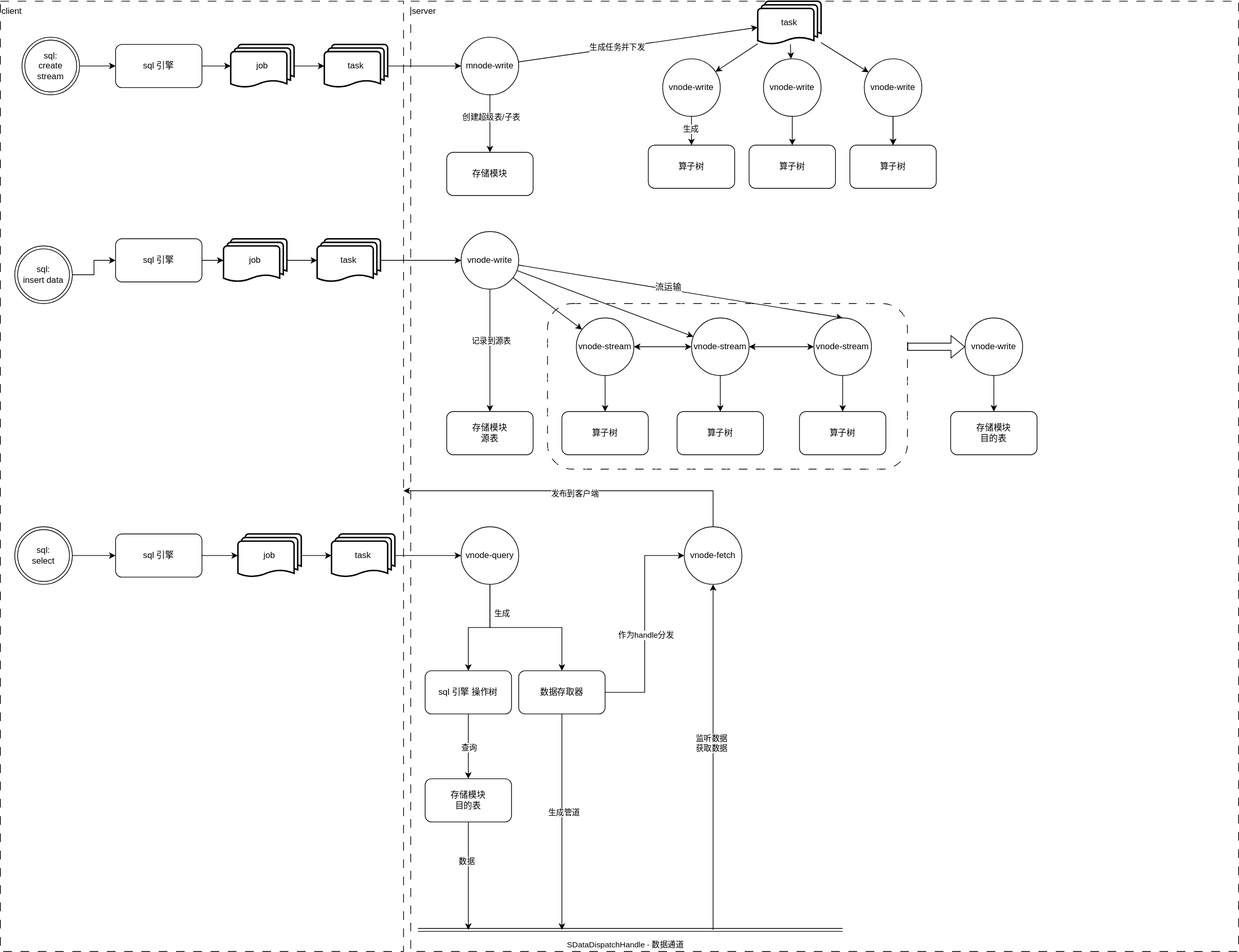
Above: image/TDengine_stream_framework.drawio.svg in iTheds/itheds.github.io (draw.io), before the change. Source tidied: cells renumbered, new cells last; positions are measured from the earlier drawing's top-left corner, leaving out a move shared by most shapes.
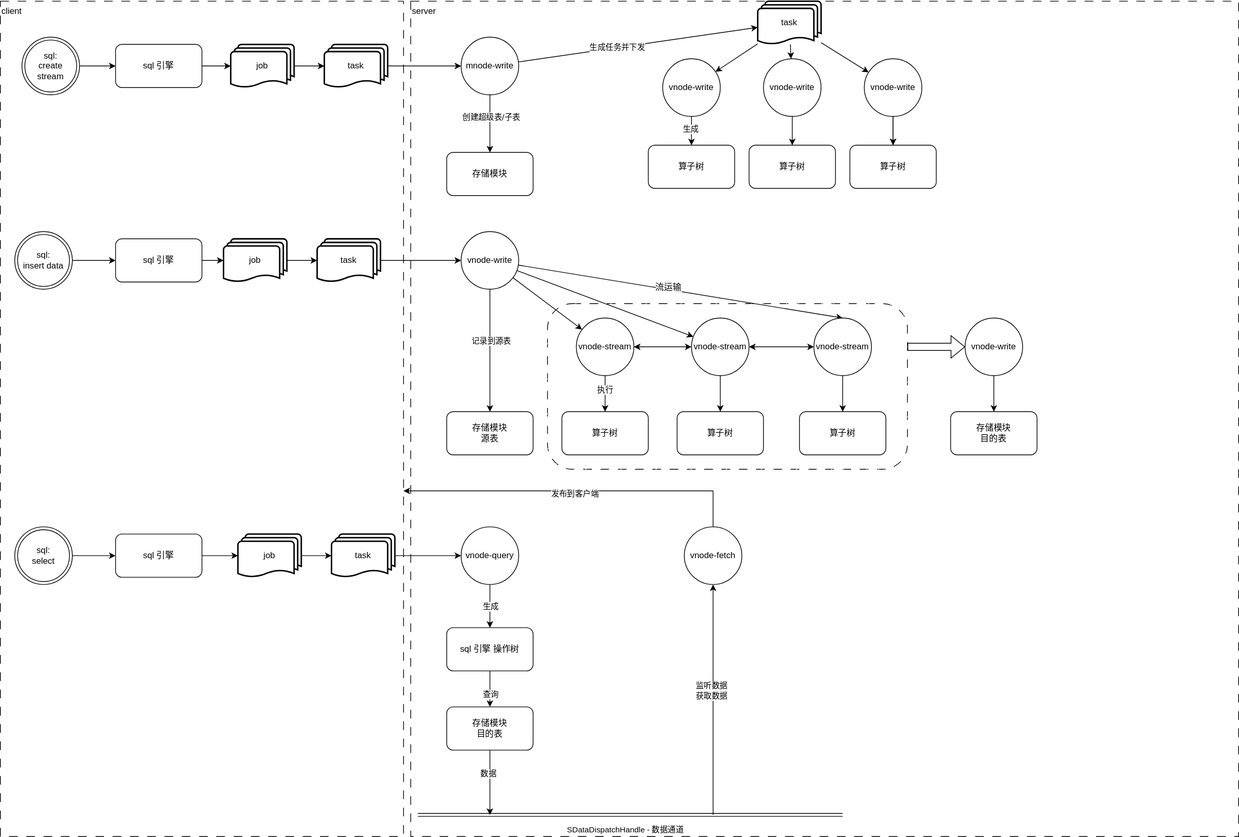
After the change.

Change to the diagram source:
```diff
@@ -6,10 +6,10 @@
       <mxGeometry x="760" y="420" width="500" height="230" as="geometry" />
     </mxCell>
     <mxCell id="3" value="server" style="rounded=0;whiteSpace=wrap;html=1;dashed=1;dashPattern=12 12;fillStyle=hatch;align=left;verticalAlign=top;" parent="1" vertex="1">
-      <mxGeometry x="570" width="1150" height="1320" as="geometry" />
+      <mxGeometry x="570" width="1150" height="1160" as="geometry" />
     </mxCell>
     <mxCell id="4" value="&lt;div&gt;client&lt;br&gt;&lt;/div&gt;" style="rounded=0;whiteSpace=wrap;html=1;dashed=1;dashPattern=12 12;fillStyle=hatch;align=left;verticalAlign=top;" parent="1" vertex="1">
-      <mxGeometry width="560" height="1320" as="geometry" />
+      <mxGeometry width="560" height="1160" as="geometry" />
     </mxCell>
     <mxCell id="5" style="edgeStyle=orthogonalEdgeStyle;rounded=0;jettySize=auto;html=1;exitX=1;exitY=0.5;exitDx=0;exitDy=0;" parent="1" edge="1" source="6" target="9">
       <mxGeometry relative="1" as="geometry" />
@@ -39,7 +39,7 @@
       <mxGeometry relative="1" as="geometry" />
     </mxCell>
     <mxCell id="14" value="&lt;div&gt;sql:&lt;/div&gt;&lt;div&gt;insert data&lt;/div&gt;" style="ellipse;shape=doubleEllipse;whiteSpace=wrap;html=1;" parent="1" vertex="1">
-      <mxGeometry x="20" y="340" width="80" height="80" as="geometry" />
+      <mxGeometry x="20" y="320" width="80" height="80" as="geometry" />
     </mxCell>
     <mxCell id="15" style="edgeStyle=orthogonalEdgeStyle;rounded=0;jettySize=auto;html=1;" parent="1" edge="1" source="16" target="35">
       <mxGeometry relative="1" as="geometry" />
@@ -109,12 +109,9 @@
     </mxCell>
     <mxCell id="37" value="生成" style="edgeLabel;html=1;align=center;verticalAlign=middle;" parent="36" vertex="1">
       <mxGeometry x="-0.24" y="-3" relative="1" as="geometry">
-        <mxPoint x="19" y="-17" as="offset" />
+        <mxPoint x="3" y="7" as="offset" />
       </mxGeometry>
     </mxCell>
-    <mxCell id="38" style="edgeStyle=orthogonalEdgeStyle;rounded=0;jettySize=auto;html=1;" parent="1" edge="1" source="39" target="47">
-      <mxGeometry relative="1" as="geometry" />
-    </mxCell>
     <mxCell id="39" value="vnode-query" style="ellipse;whiteSpace=wrap;html=1;" parent="1" vertex="1">
       <mxGeometry x="640" y="730" width="80" height="80" as="geometry" />
     </mxCell>
@@ -127,28 +124,11 @@
       </mxGeometry>
     </mxCell>
     <mxCell id="42" value="sql 引擎 操作树" style="rounded=1;whiteSpace=wrap;html=1;" parent="1" vertex="1">
-      <mxGeometry x="590" y="930" width="120" height="60" as="geometry" />
+      <mxGeometry x="620" y="870" width="120" height="60" as="geometry" />
     </mxCell>
-    <mxCell id="43" style="edgeStyle=orthogonalEdgeStyle;rounded=0;jettySize=auto;html=1;" parent="1" edge="1" source="47">
-      <mxGeometry relative="1" as="geometry">
-        <mxPoint x="780" y="1290" as="targetPoint" />
-      </mxGeometry>
-    </mxCell>
-    <mxCell id="44" value="生成管道" style="edgeLabel;html=1;align=center;verticalAlign=middle;" parent="43" vertex="1">
-      <mxGeometry x="-0.09" y="2" relative="1" as="geometry" />
-    </mxCell>
-    <mxCell id="45" style="edgeStyle=elbowEdgeStyle;rounded=0;jettySize=auto;html=1;" parent="1" edge="1" source="47" target="52">
-      <mxGeometry relative="1" as="geometry" />
-    </mxCell>
-    <mxCell id="46" value="作为handle分发" style="edgeLabel;html=1;align=center;verticalAlign=middle;" parent="45" vertex="1">
-      <mxGeometry x="-0.1" y="-1" relative="1" as="geometry" />
-    </mxCell>
-    <mxCell id="47" value="数据存取器" style="rounded=1;whiteSpace=wrap;html=1;" parent="1" vertex="1">
-      <mxGeometry x="720" y="930" width="120" height="60" as="geometry" />
-    </mxCell>
     <mxCell id="48" style="edgeStyle=orthogonalEdgeStyle;rounded=0;jettySize=auto;html=1;" parent="1" edge="1" source="59">
       <mxGeometry relative="1" as="geometry">
-        <mxPoint x="650" y="1290" as="targetPoint" />
+        <mxPoint x="680" y="1130" as="targetPoint" />
       </mxGeometry>
     </mxCell>
     <mxCell id="49" value="数据" style="edgeLabel;html=1;align=center;verticalAlign=middle;" parent="48" vertex="1">
@@ -171,8 +151,8 @@
     </mxCell>
     <mxCell id="53" style="shape=link;html=1;rounded=0;" parent="1" edge="1">
       <mxGeometry relative="1" as="geometry">
-        <mxPoint x="580" y="1290" as="sourcePoint" />
-        <mxPoint x="1170" y="1290" as="targetPoint" />
+        <mxPoint x="580" y="1130" as="sourcePoint" />
+        <mxPoint x="1170" y="1130" as="targetPoint" />
       </mxGeometry>
     </mxCell>
     <mxCell id="54" value="SDataDispatchHandle - 数据通道" style="edgeLabel;html=1;align=center;verticalAlign=middle;" parent="53" vertex="1">
@@ -182,7 +162,7 @@
     </mxCell>
     <mxCell id="55" style="endArrow=classic;html=1;rounded=0;" parent="1" edge="1" target="52">
       <mxGeometry relative="1" as="geometry">
-        <mxPoint x="990" y="1290" as="sourcePoint" />
+        <mxPoint x="990" y="1130" as="sourcePoint" />
       </mxGeometry>
     </mxCell>
     <mxCell id="56" value="&lt;div&gt;监听数据&lt;/div&gt;&lt;div&gt;获取数据&lt;br&gt;&lt;/div&gt;" style="edgeLabel;html=1;align=center;verticalAlign=middle;" parent="55" vertex="1">
@@ -195,7 +175,7 @@
       <mxGeometry x="1320" y="570" width="120" height="60" as="geometry" />
     </mxCell>
     <mxCell id="59" value="&lt;div&gt;存储模块&lt;/div&gt;&lt;div&gt;目的表&lt;br&gt;&lt;/div&gt;" style="rounded=1;whiteSpace=wrap;html=1;" parent="1" vertex="1">
-      <mxGeometry x="590" y="1080" width="120" height="60" as="geometry" />
+      <mxGeometry x="620" y="980" width="120" height="60" as="geometry" />
     </mxCell>
     <mxCell id="60" value="&lt;div&gt;存储模块&lt;/div&gt;" style="rounded=1;whiteSpace=wrap;html=1;" parent="1" vertex="1">
       <mxGeometry x="620" y="210" width="120" height="60" as="geometry" />
@@ -270,8 +250,16 @@
       <mxGeometry x="1052" width="88" height="60" as="geometry" />
     </mxCell>
     <mxCell id="84" style="edgeStyle=orthogonalEdgeStyle;rounded=0;jettySize=auto;html=1;fontFamily=Helvetica;fontSize=12;fontColor=default;" parent="1" edge="1" source="85" target="86">
-      <mxGeometry relative="1" as="geometry" />
+      <mxGeometry relative="1" as="geometry">
+        <Array as="points">
+          <mxPoint x="840" y="540" />
+          <mxPoint x="840" y="540" />
+        </Array>
+      </mxGeometry>
     </mxCell>
+    <mxCell id="95" value="执行" style="edgeLabel;html=1;align=center;verticalAlign=middle;" parent="84" vertex="1">
+      <mxGeometry x="-0.26" y="-1" relative="1" as="geometry" />
+    </mxCell>
     <mxCell id="85" value="vnode-stream" style="ellipse;whiteSpace=wrap;html=1;" parent="1" vertex="1">
       <mxGeometry x="800" y="440" width="80" height="80" as="geometry" />
     </mxCell>
```
